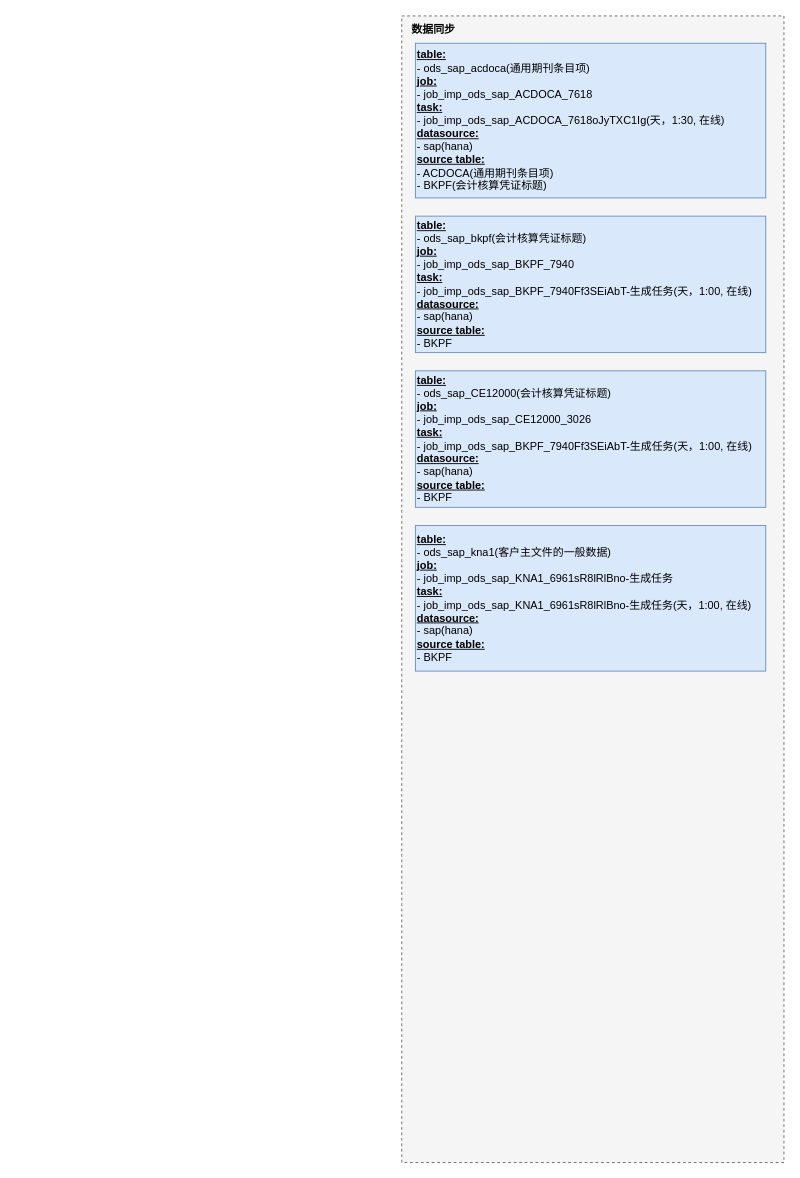
fsJerryChan/fsJerryChan keeps this draw.io diagram as bow-bo.drawio. Above is the earlier version. Source tidied: cells renumbered, new cells numbered last; positions are measured from the earlier drawing's top-left corner, leaving out a move shared by most shapes. Both pictures are drawn from the tidied source at 91%, with x=0, y=0 at pixel (401, 15).
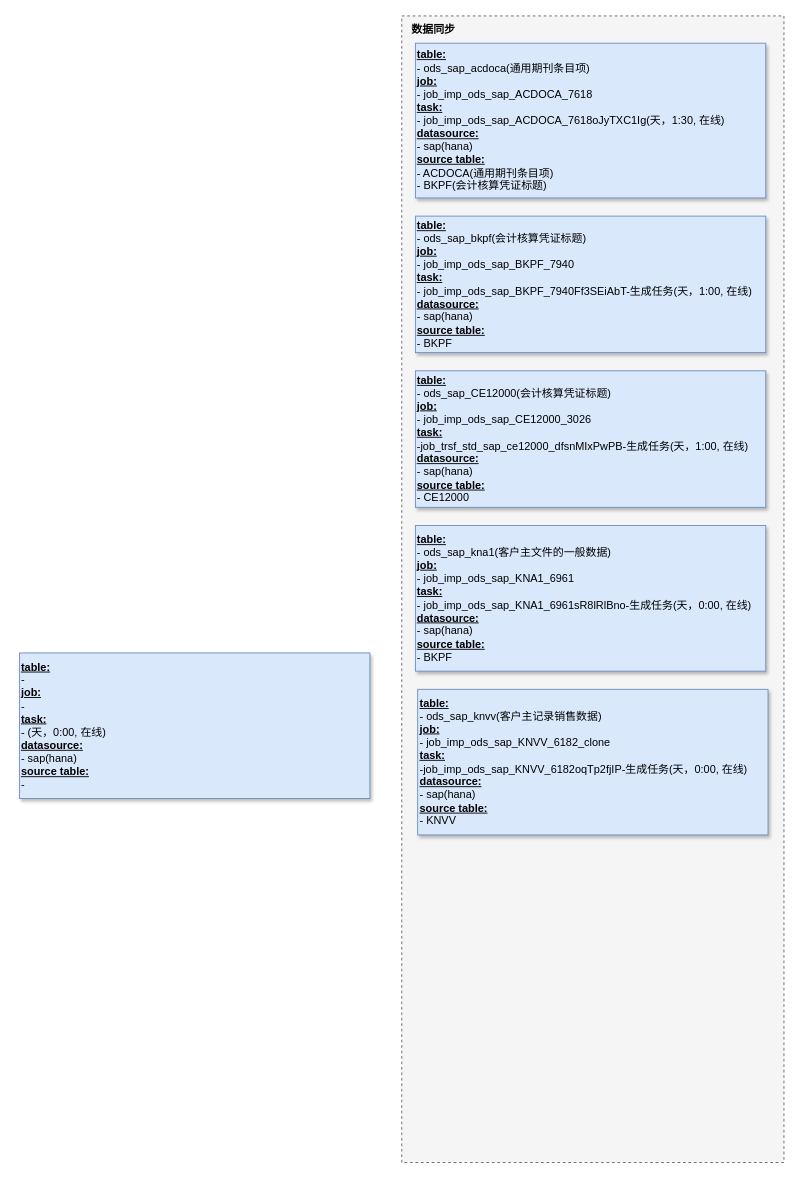
The same diagram, later.

Change to the diagram source:
```diff
@@
 <mxGraphModel>
   <root>
     <mxCell id="0" />
     <mxCell id="1" parent="0" />
     <mxCell id="2" style="rounded=0;whiteSpace=wrap;html=1;dashed=1;fillColor=#f5f5f5;fontColor=#333333;strokeColor=#666666;" parent="1" vertex="1">
       <mxGeometry width="420" height="1260" as="geometry" />
     </mxCell>
     <mxCell id="3" value="数据同步" style="text;strokeColor=none;align=center;fillColor=none;html=1;verticalAlign=middle;whiteSpace=wrap;rounded=0;fontStyle=1;" parent="1" vertex="1">
       <mxGeometry width="70" height="30" as="geometry" />
     </mxCell>
-    <mxCell id="4" value="&lt;font style=&quot;font-size: 12px;&quot;&gt;&lt;b style=&quot;border-color: var(--border-color);&quot;&gt;&lt;u style=&quot;border-color: var(--border-color);&quot;&gt;table:&lt;/u&gt;&lt;/b&gt;&amp;nbsp;&lt;br style=&quot;border-color: var(--border-color);&quot;&gt;- ods_sap_acdoca(通用期刊条目项)&lt;b style=&quot;border-color: var(--border-color);&quot;&gt;&lt;u style=&quot;border-color: var(--border-color);&quot;&gt;&lt;br style=&quot;border-color: var(--border-color);&quot;&gt;job:&lt;/u&gt;&lt;/b&gt;&lt;br style=&quot;border-color: var(--border-color);&quot;&gt;- job_imp_ods_sap_ACDOCA_7618&lt;br&gt;&lt;u style=&quot;font-weight: bold;&quot;&gt;task:&lt;br&gt;&lt;/u&gt;- job_imp_ods_sap_ACDOCA_7618oJyTXC1Ig(天，1:30,&amp;nbsp;在线)&lt;br&gt;&lt;u style=&quot;font-weight: bold;&quot;&gt;datasource:&lt;/u&gt;&lt;br&gt;- sap(hana)&lt;br&gt;&lt;u style=&quot;font-weight: bold;&quot;&gt;source table:&lt;/u&gt;&amp;nbsp;&lt;br&gt;- ACDOCA(通用期刊条目项)&lt;br&gt;- BKPF(会计核算凭证标题)&lt;/font&gt;" style="rounded=0;whiteSpace=wrap;html=1;align=left;fillColor=#dae8fc;strokeColor=#6c8ebf;" parent="1" vertex="1">
+    <mxCell id="4" value="&lt;font style=&quot;font-size: 12px;&quot;&gt;&lt;b style=&quot;border-color: var(--border-color);&quot;&gt;&lt;u style=&quot;border-color: var(--border-color);&quot;&gt;table:&lt;/u&gt;&lt;/b&gt;&amp;nbsp;&lt;br style=&quot;border-color: var(--border-color);&quot;&gt;- ods_sap_acdoca(通用期刊条目项)&lt;b style=&quot;border-color: var(--border-color);&quot;&gt;&lt;u style=&quot;border-color: var(--border-color);&quot;&gt;&lt;br style=&quot;border-color: var(--border-color);&quot;&gt;job:&lt;/u&gt;&lt;/b&gt;&lt;br style=&quot;border-color: var(--border-color);&quot;&gt;- job_imp_ods_sap_ACDOCA_7618&lt;br&gt;&lt;u style=&quot;font-weight: bold;&quot;&gt;task:&lt;br&gt;&lt;/u&gt;- job_imp_ods_sap_ACDOCA_7618oJyTXC1Ig(天，1:30,&amp;nbsp;在线)&lt;br&gt;&lt;u style=&quot;font-weight: bold;&quot;&gt;datasource:&lt;/u&gt;&lt;br&gt;- sap(hana)&lt;br&gt;&lt;u style=&quot;font-weight: bold;&quot;&gt;source table:&lt;/u&gt;&amp;nbsp;&lt;br&gt;- ACDOCA(通用期刊条目项)&lt;br&gt;- BKPF(会计核算凭证标题)&lt;/font&gt;" style="rounded=0;whiteSpace=wrap;html=1;align=left;fillColor=#dae8fc;strokeColor=#6c8ebf;shadow=1;" parent="1" vertex="1">
       <mxGeometry x="15" y="30" width="385" height="170" as="geometry" />
     </mxCell>
-    <mxCell id="5" value="&lt;font style=&quot;&quot;&gt;&lt;b style=&quot;font-size: 12px; border-color: var(--border-color);&quot;&gt;&lt;u style=&quot;border-color: var(--border-color);&quot;&gt;table:&lt;/u&gt;&lt;/b&gt;&amp;nbsp;&lt;br style=&quot;border-color: var(--border-color);&quot;&gt;-&amp;nbsp;ods_sap_bkpf&lt;span style=&quot;background-color: initial;&quot;&gt;(会计核算凭证标题)&lt;/span&gt;&lt;br&gt;&lt;b style=&quot;font-size: 12px; border-color: var(--border-color);&quot;&gt;&lt;u style=&quot;border-color: var(--border-color);&quot;&gt;job:&lt;/u&gt;&lt;/b&gt;&lt;br style=&quot;border-color: var(--border-color);&quot;&gt;-&amp;nbsp;job_imp_ods_sap_BKPF_7940&lt;br&gt;&lt;u style=&quot;font-size: 12px; font-weight: bold;&quot;&gt;task:&lt;br&gt;&lt;/u&gt;-&amp;nbsp;job_imp_ods_sap_BKPF_7940Ff3SEiAbT-生成任务(天，1:00,&amp;nbsp;在线)&lt;br&gt;&lt;u style=&quot;font-size: 12px; font-weight: bold;&quot;&gt;datasource:&lt;/u&gt;&lt;br&gt;- sap(hana)&lt;br&gt;&lt;u style=&quot;font-size: 12px; font-weight: bold;&quot;&gt;source table:&lt;/u&gt;&amp;nbsp;&lt;br&gt;-&amp;nbsp;&lt;/font&gt;BKPF" style="rounded=0;whiteSpace=wrap;html=1;align=left;fillColor=#dae8fc;strokeColor=#6c8ebf;" parent="1" vertex="1">
+    <mxCell id="5" value="&lt;font style=&quot;&quot;&gt;&lt;b style=&quot;font-size: 12px; border-color: var(--border-color);&quot;&gt;&lt;u style=&quot;border-color: var(--border-color);&quot;&gt;table:&lt;/u&gt;&lt;/b&gt;&amp;nbsp;&lt;br style=&quot;border-color: var(--border-color);&quot;&gt;-&amp;nbsp;ods_sap_bkpf&lt;span style=&quot;background-color: initial;&quot;&gt;(会计核算凭证标题)&lt;/span&gt;&lt;br&gt;&lt;b style=&quot;font-size: 12px; border-color: var(--border-color);&quot;&gt;&lt;u style=&quot;border-color: var(--border-color);&quot;&gt;job:&lt;/u&gt;&lt;/b&gt;&lt;br style=&quot;border-color: var(--border-color);&quot;&gt;-&amp;nbsp;job_imp_ods_sap_BKPF_7940&lt;br&gt;&lt;u style=&quot;font-size: 12px; font-weight: bold;&quot;&gt;task:&lt;br&gt;&lt;/u&gt;-&amp;nbsp;job_imp_ods_sap_BKPF_7940Ff3SEiAbT-生成任务(天，1:00,&amp;nbsp;在线)&lt;br&gt;&lt;u style=&quot;font-size: 12px; font-weight: bold;&quot;&gt;datasource:&lt;/u&gt;&lt;br&gt;- sap(hana)&lt;br&gt;&lt;u style=&quot;font-size: 12px; font-weight: bold;&quot;&gt;source table:&lt;/u&gt;&amp;nbsp;&lt;br&gt;-&amp;nbsp;&lt;/font&gt;BKPF" style="rounded=0;whiteSpace=wrap;html=1;align=left;fillColor=#dae8fc;strokeColor=#6c8ebf;shadow=1;" parent="1" vertex="1">
       <mxGeometry x="15" y="220" width="385" height="150" as="geometry" />
     </mxCell>
-    <mxCell id="6" value="&lt;font style=&quot;&quot;&gt;&lt;b style=&quot;font-size: 12px; border-color: var(--border-color);&quot;&gt;&lt;u style=&quot;border-color: var(--border-color);&quot;&gt;table:&lt;/u&gt;&lt;/b&gt;&amp;nbsp;&lt;br style=&quot;border-color: var(--border-color);&quot;&gt;-&amp;nbsp;ods_sap_CE12000&lt;span style=&quot;background-color: initial;&quot;&gt;(会计核算凭证标题)&lt;/span&gt;&lt;br&gt;&lt;b style=&quot;font-size: 12px; border-color: var(--border-color);&quot;&gt;&lt;u style=&quot;border-color: var(--border-color);&quot;&gt;job:&lt;/u&gt;&lt;/b&gt;&lt;br style=&quot;border-color: var(--border-color);&quot;&gt;-&amp;nbsp;job_imp_ods_sap_CE12000_3026&lt;br&gt;&lt;u style=&quot;font-size: 12px; font-weight: bold;&quot;&gt;task:&lt;br&gt;&lt;/u&gt;-&amp;nbsp;job_imp_ods_sap_BKPF_7940Ff3SEiAbT-生成任务(天，1:00,&amp;nbsp;在线)&lt;br&gt;&lt;u style=&quot;font-size: 12px; font-weight: bold;&quot;&gt;datasource:&lt;/u&gt;&lt;br&gt;- sap(hana)&lt;br&gt;&lt;u style=&quot;font-size: 12px; font-weight: bold;&quot;&gt;source table:&lt;/u&gt;&amp;nbsp;&lt;br&gt;-&amp;nbsp;&lt;/font&gt;BKPF" style="rounded=0;whiteSpace=wrap;html=1;align=left;fillColor=#dae8fc;strokeColor=#6c8ebf;" parent="1" vertex="1">
+    <mxCell id="6" value="&lt;font style=&quot;&quot;&gt;&lt;b style=&quot;font-size: 12px; border-color: var(--border-color);&quot;&gt;&lt;u style=&quot;border-color: var(--border-color);&quot;&gt;table:&lt;/u&gt;&lt;/b&gt;&amp;nbsp;&lt;br style=&quot;border-color: var(--border-color);&quot;&gt;-&amp;nbsp;ods_sap_CE12000&lt;span style=&quot;background-color: initial;&quot;&gt;(会计核算凭证标题)&lt;/span&gt;&lt;br&gt;&lt;b style=&quot;font-size: 12px; border-color: var(--border-color);&quot;&gt;&lt;u style=&quot;border-color: var(--border-color);&quot;&gt;job:&lt;/u&gt;&lt;/b&gt;&lt;br style=&quot;border-color: var(--border-color);&quot;&gt;-&amp;nbsp;job_imp_ods_sap_CE12000_3026&lt;br&gt;&lt;u style=&quot;font-size: 12px; font-weight: bold;&quot;&gt;task:&lt;br&gt;&lt;/u&gt;-job_trsf_std_sap_ce12000_dfsnMIxPwPB-生成任务(天，1:00,&amp;nbsp;在线)&lt;br&gt;&lt;u style=&quot;font-size: 12px; font-weight: bold;&quot;&gt;datasource:&lt;/u&gt;&lt;br&gt;- sap(hana)&lt;br&gt;&lt;u style=&quot;font-size: 12px; font-weight: bold;&quot;&gt;source table:&lt;/u&gt;&amp;nbsp;&lt;br&gt;-&amp;nbsp;&lt;/font&gt;CE12000" style="rounded=0;whiteSpace=wrap;html=1;align=left;fillColor=#dae8fc;strokeColor=#6c8ebf;shadow=1;" parent="1" vertex="1">
       <mxGeometry x="15" y="390" width="385" height="150" as="geometry" />
     </mxCell>
-    <mxCell id="7" value="&lt;font style=&quot;&quot;&gt;&lt;b style=&quot;font-size: 12px; border-color: var(--border-color);&quot;&gt;&lt;u style=&quot;border-color: var(--border-color);&quot;&gt;table:&lt;/u&gt;&lt;/b&gt;&amp;nbsp;&lt;br style=&quot;border-color: var(--border-color);&quot;&gt;-&amp;nbsp;ods_sap_kna1&lt;span style=&quot;background-color: initial;&quot;&gt;(客户主文件的一般数据)&lt;/span&gt;&lt;br&gt;&lt;b style=&quot;font-size: 12px; border-color: var(--border-color);&quot;&gt;&lt;u style=&quot;border-color: var(--border-color);&quot;&gt;job:&lt;/u&gt;&lt;/b&gt;&lt;br style=&quot;border-color: var(--border-color);&quot;&gt;-&amp;nbsp;job_imp_ods_sap_KNA1_6961sR8lRlBno-生成任务&lt;div style=&quot;margin: 0px; padding: 0px; border: 0px; vertical-align: baseline; box-sizing: border-box; outline: none; position: relative;&quot; class=&quot;sa-row&quot;&gt;&lt;div style=&quot;margin: 0px; padding: 0px; border: 0px; vertical-align: baseline; box-sizing: border-box; outline: none; float: left; width: 254px;&quot; class=&quot;sa-form-item-wrap sa-col sa-col-24&quot; data-v-3d1367e8=&quot;&quot;&gt;&lt;div style=&quot;margin: 0px; padding: 0px; border: 0px; vertical-align: baseline; box-sizing: border-box; outline: none;&quot; class=&quot;sa-form-item is-detail sa-form-item--medium sa-form--label-left&quot;&gt;&lt;/div&gt;&lt;/div&gt;&lt;/div&gt;&lt;u style=&quot;font-size: 12px; font-weight: bold;&quot;&gt;task:&lt;br&gt;&lt;/u&gt;- job_imp_ods_sap_KNA1_6961sR8lRlBno-生成任务(天，1:00,&amp;nbsp;在线)&lt;br&gt;&lt;u style=&quot;font-size: 12px; font-weight: bold;&quot;&gt;datasource:&lt;/u&gt;&lt;br&gt;- sap(hana)&lt;br&gt;&lt;u style=&quot;font-size: 12px; font-weight: bold;&quot;&gt;source table:&lt;/u&gt;&amp;nbsp;&lt;br&gt;-&amp;nbsp;&lt;/font&gt;BKPF" style="rounded=0;whiteSpace=wrap;html=1;align=left;fillColor=#dae8fc;strokeColor=#6c8ebf;" parent="1" vertex="1">
+    <mxCell id="7" value="&lt;font style=&quot;&quot;&gt;&lt;b style=&quot;font-size: 12px; border-color: var(--border-color);&quot;&gt;&lt;u style=&quot;border-color: var(--border-color);&quot;&gt;table:&lt;/u&gt;&lt;/b&gt;&amp;nbsp;&lt;br style=&quot;border-color: var(--border-color);&quot;&gt;-&amp;nbsp;ods_sap_kna1&lt;span style=&quot;background-color: initial;&quot;&gt;(客户主文件的一般数据)&lt;/span&gt;&lt;br&gt;&lt;b style=&quot;font-size: 12px; border-color: var(--border-color);&quot;&gt;&lt;u style=&quot;border-color: var(--border-color);&quot;&gt;job:&lt;/u&gt;&lt;/b&gt;&lt;br style=&quot;border-color: var(--border-color);&quot;&gt;-&amp;nbsp;job_imp_ods_sap_KNA1_6961&lt;div style=&quot;margin: 0px; padding: 0px; border: 0px; vertical-align: baseline; box-sizing: border-box; outline: none; position: relative;&quot; class=&quot;sa-row&quot;&gt;&lt;div style=&quot;margin: 0px; padding: 0px; border: 0px; vertical-align: baseline; box-sizing: border-box; outline: none; float: left; width: 254px;&quot; class=&quot;sa-form-item-wrap sa-col sa-col-24&quot; data-v-3d1367e8=&quot;&quot;&gt;&lt;div style=&quot;margin: 0px; padding: 0px; border: 0px; vertical-align: baseline; box-sizing: border-box; outline: none;&quot; class=&quot;sa-form-item is-detail sa-form-item--medium sa-form--label-left&quot;&gt;&lt;/div&gt;&lt;/div&gt;&lt;/div&gt;&lt;u style=&quot;font-size: 12px; font-weight: bold;&quot;&gt;task:&lt;br&gt;&lt;/u&gt;- job_imp_ods_sap_KNA1_6961sR8lRlBno-生成任务(天，0:00,&amp;nbsp;在线)&lt;br&gt;&lt;u style=&quot;font-size: 12px; font-weight: bold;&quot;&gt;datasource:&lt;/u&gt;&lt;br&gt;- sap(hana)&lt;br&gt;&lt;u style=&quot;font-size: 12px; font-weight: bold;&quot;&gt;source table:&lt;/u&gt;&amp;nbsp;&lt;br&gt;-&amp;nbsp;&lt;/font&gt;BKPF" style="rounded=0;whiteSpace=wrap;html=1;align=left;fillColor=#dae8fc;strokeColor=#6c8ebf;shadow=1;" parent="1" vertex="1">
       <mxGeometry x="15" y="560" width="385" height="160" as="geometry" />
     </mxCell>
+    <mxCell id="8" value="&lt;font style=&quot;&quot;&gt;&lt;b style=&quot;font-size: 12px; border-color: var(--border-color);&quot;&gt;&lt;u style=&quot;border-color: var(--border-color);&quot;&gt;table:&lt;/u&gt;&lt;/b&gt;&amp;nbsp;&lt;br style=&quot;border-color: var(--border-color);&quot;&gt;-&amp;nbsp;&lt;br&gt;&lt;b style=&quot;font-size: 12px; border-color: var(--border-color);&quot;&gt;&lt;u style=&quot;border-color: var(--border-color);&quot;&gt;job:&lt;/u&gt;&lt;/b&gt;&lt;br style=&quot;border-color: var(--border-color);&quot;&gt;-&amp;nbsp;&lt;div style=&quot;margin: 0px; padding: 0px; border: 0px; vertical-align: baseline; box-sizing: border-box; outline: none; position: relative;&quot; class=&quot;sa-row&quot;&gt;&lt;div style=&quot;margin: 0px; padding: 0px; border: 0px; vertical-align: baseline; box-sizing: border-box; outline: none; float: left; width: 254px;&quot; class=&quot;sa-form-item-wrap sa-col sa-col-24&quot; data-v-3d1367e8=&quot;&quot;&gt;&lt;div style=&quot;margin: 0px; padding: 0px; border: 0px; vertical-align: baseline; box-sizing: border-box; outline: none;&quot; class=&quot;sa-form-item is-detail sa-form-item--medium sa-form--label-left&quot;&gt;&lt;/div&gt;&lt;/div&gt;&lt;/div&gt;&lt;u style=&quot;font-size: 12px; font-weight: bold;&quot;&gt;task:&lt;br&gt;&lt;/u&gt;- (天，0:00,&amp;nbsp;在线)&lt;br&gt;&lt;u style=&quot;font-size: 12px; font-weight: bold;&quot;&gt;datasource:&lt;/u&gt;&lt;br&gt;- sap(hana)&lt;br&gt;&lt;u style=&quot;font-size: 12px; font-weight: bold;&quot;&gt;source table:&lt;/u&gt;&amp;nbsp;&lt;br&gt;-&amp;nbsp;&lt;/font&gt;" style="rounded=0;whiteSpace=wrap;html=1;align=left;fillColor=#dae8fc;strokeColor=#6c8ebf;shadow=1;" parent="1" vertex="1">
+      <mxGeometry x="-420" y="700" width="385" height="160" as="geometry" />
+    </mxCell>
+    <mxCell id="9" value="&lt;font style=&quot;&quot;&gt;&lt;b style=&quot;font-size: 12px; border-color: var(--border-color);&quot;&gt;&lt;u style=&quot;border-color: var(--border-color);&quot;&gt;table:&lt;/u&gt;&lt;/b&gt;&amp;nbsp;&lt;br style=&quot;border-color: var(--border-color);&quot;&gt;-&amp;nbsp;ods_sap_knvv(客户主记录销售数据)&lt;br&gt;&lt;b style=&quot;font-size: 12px; border-color: var(--border-color);&quot;&gt;&lt;u style=&quot;border-color: var(--border-color);&quot;&gt;job:&lt;/u&gt;&lt;/b&gt;&lt;br style=&quot;border-color: var(--border-color);&quot;&gt;-&amp;nbsp;job_imp_ods_sap_KNVV_6182_clone&lt;br&gt;&lt;div style=&quot;margin: 0px; padding: 0px; border: 0px; vertical-align: baseline; box-sizing: border-box; outline: none; position: relative;&quot; class=&quot;sa-row&quot;&gt;&lt;div style=&quot;margin: 0px; padding: 0px; border: 0px; vertical-align: baseline; box-sizing: border-box; outline: none; float: left; width: 254px;&quot; class=&quot;sa-form-item-wrap sa-col sa-col-24&quot; data-v-3d1367e8=&quot;&quot;&gt;&lt;div style=&quot;margin: 0px; padding: 0px; border: 0px; vertical-align: baseline; box-sizing: border-box; outline: none;&quot; class=&quot;sa-form-item is-detail sa-form-item--medium sa-form--label-left&quot;&gt;&lt;/div&gt;&lt;/div&gt;&lt;/div&gt;&lt;div style=&quot;margin: 0px; padding: 0px; border: 0px; vertical-align: baseline; box-sizing: border-box; outline: none; position: relative;&quot; class=&quot;sa-row&quot;&gt;&lt;div style=&quot;margin: 0px; padding: 0px; border: 0px; vertical-align: baseline; box-sizing: border-box; outline: none; float: left; width: 254px;&quot; class=&quot;sa-form-item-wrap sa-col sa-col-24&quot; data-v-3d1367e8=&quot;&quot;&gt;&lt;div style=&quot;margin: 0px; padding: 0px; border: 0px; vertical-align: baseline; box-sizing: border-box; outline: none;&quot; class=&quot;sa-form-item is-detail sa-form-item--medium sa-form--label-left&quot;&gt;&lt;/div&gt;&lt;/div&gt;&lt;/div&gt;&lt;u style=&quot;font-size: 12px; font-weight: bold;&quot;&gt;task:&lt;br&gt;&lt;/u&gt;-job_imp_ods_sap_KNVV_6182oqTp2fjIP-生成任务(天，0:00,&amp;nbsp;在线)&lt;br&gt;&lt;u style=&quot;font-size: 12px; font-weight: bold;&quot;&gt;datasource:&lt;/u&gt;&lt;br&gt;- sap(hana)&lt;br&gt;&lt;u style=&quot;font-size: 12px; font-weight: bold;&quot;&gt;source table:&lt;/u&gt;&amp;nbsp;&lt;br&gt;-&amp;nbsp;KNVV&lt;/font&gt;" style="rounded=0;whiteSpace=wrap;html=1;align=left;fillColor=#dae8fc;strokeColor=#6c8ebf;shadow=1;" parent="1" vertex="1">
+      <mxGeometry x="17.5" y="740" width="385" height="160" as="geometry" />
+    </mxCell>
   </root>
 </mxGraphModel>
```
